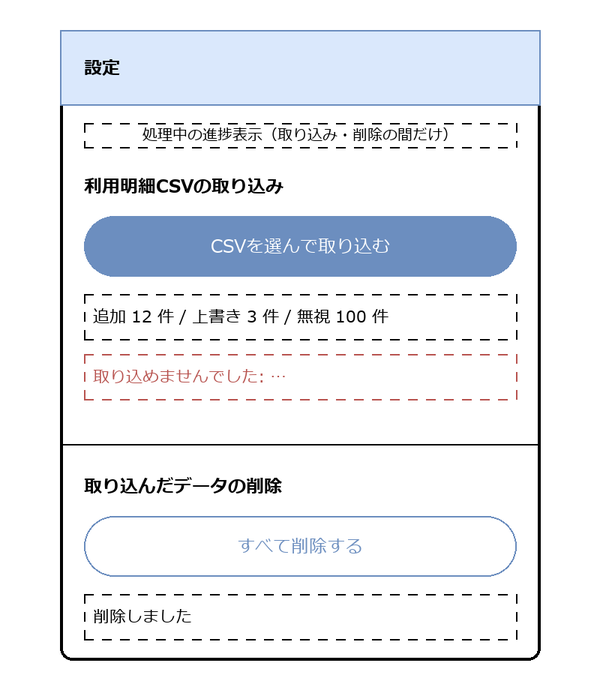
The draw.io diagram docs/systems/screens/images/SCR-001-settings.drawio.png in hnt1028/etc-meisai, before a commit. Source tidied: cells renumbered, new cells last; positions are measured from the earlier drawing's top-left corner, leaving out a move shared by most shapes.
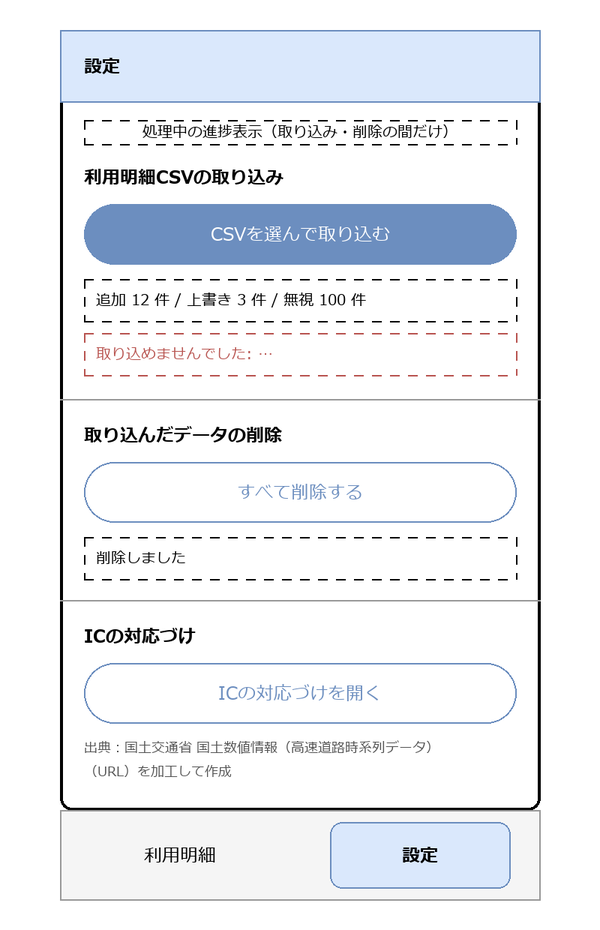
Later version of the same file.

What changed in the source:
```diff
@@ -2,41 +2,68 @@
   <root>
     <mxCell id="0" />
     <mxCell id="1" parent="0" />
-    <mxCell id="2" style="rounded=1;whiteSpace=wrap;html=1;arcSize=4;strokeWidth=2;" parent="1" vertex="1">
-      <mxGeometry width="320" height="420" as="geometry" />
-    </mxCell>
+    <mxCell id="13" style="rounded=1;whiteSpace=wrap;html=1;arcSize=3;strokeWidth=2;" parent="1" vertex="1">
+      <mxGeometry width="320" height="520" as="geometry" />
+    </mxCell>
     <mxCell id="3" value="設定" style="rounded=0;whiteSpace=wrap;html=1;align=left;spacingLeft=16;fontStyle=1;fillColor=#dae8fc;strokeColor=#6c8ebf;" parent="1" vertex="1">
-      <mxGeometry width="320" height="50" as="geometry" />
+      <mxGeometry width="320" height="48" as="geometry" />
     </mxCell>
     <mxCell id="4" value="処理中の進捗表示（取り込み・削除の間だけ）" style="rounded=0;whiteSpace=wrap;html=1;dashed=1;fontSize=10;fillColor=none;" parent="1" vertex="1">
-      <mxGeometry x="16" y="62" width="288" height="16" as="geometry" />
+      <mxGeometry x="16" y="60" width="288" height="16" as="geometry" />
     </mxCell>
     <mxCell id="5" value="利用明細CSVの取り込み" style="text;html=1;align=left;verticalAlign=middle;fontStyle=1;" parent="1" vertex="1">
-      <mxGeometry x="16" y="92" width="288" height="24" as="geometry" />
+      <mxGeometry x="16" y="86" width="288" height="24" as="geometry" />
     </mxCell>
     <mxCell id="6" value="CSVを選んで取り込む" style="rounded=1;whiteSpace=wrap;html=1;arcSize=50;fillColor=#6c8ebf;fontColor=#ffffff;strokeColor=#6c8ebf;" parent="1" vertex="1">
-      <mxGeometry x="16" y="124" width="288" height="40" as="geometry" />
+      <mxGeometry x="16" y="116" width="288" height="40" as="geometry" />
     </mxCell>
-    <mxCell id="7" value="追加 12 件 / 上書き 3 件 / 無視 100 件" style="rounded=0;whiteSpace=wrap;html=1;dashed=1;align=left;spacingLeft=6;fontSize=11;fillColor=none;" parent="1" vertex="1">
-      <mxGeometry x="16" y="176" width="288" height="30" as="geometry" />
+    <mxCell id="7" value="追加 12 件 / 上書き 3 件 / 無視 100 件" style="rounded=0;whiteSpace=wrap;html=1;align=left;spacingLeft=8;fontSize=10;fillColor=none;dashed=1;" parent="1" vertex="1">
+      <mxGeometry x="16" y="166" width="288" height="28" as="geometry" />
     </mxCell>
-    <mxCell id="8" value="取り込めませんでした: …" style="rounded=0;whiteSpace=wrap;html=1;dashed=1;align=left;spacingLeft=6;fontSize=11;fontColor=#b85450;strokeColor=#b85450;fillColor=none;" parent="1" vertex="1">
-      <mxGeometry x="16" y="216" width="288" height="30" as="geometry" />
+    <mxCell id="8" value="取り込めませんでした: …" style="rounded=0;whiteSpace=wrap;html=1;align=left;spacingLeft=8;fontSize=10;fillColor=none;dashed=1;fontColor=#b85450;strokeColor=#b85450;" parent="1" vertex="1">
+      <mxGeometry x="16" y="202" width="288" height="28" as="geometry" />
     </mxCell>
-    <mxCell id="9" style="endArrow=none;html=1;" parent="1" edge="1">
-      <mxGeometry relative="1" as="geometry">
-        <mxPoint y="276" as="sourcePoint" />
-        <mxPoint x="320" y="276" as="targetPoint" />
-      </mxGeometry>
-    </mxCell>
+    <mxCell id="14" style="endArrow=none;html=1;strokeColor=#999999;" parent="1" edge="1">
+      <mxGeometry relative="1" as="geometry">
+        <mxPoint y="246" as="sourcePoint" />
+        <mxPoint x="320" y="246" as="targetPoint" />
+      </mxGeometry>
+    </mxCell>
     <mxCell id="10" value="取り込んだデータの削除" style="text;html=1;align=left;verticalAlign=middle;fontStyle=1;" parent="1" vertex="1">
-      <mxGeometry x="16" y="292" width="288" height="24" as="geometry" />
+      <mxGeometry x="16" y="258" width="288" height="24" as="geometry" />
     </mxCell>
     <mxCell id="11" value="すべて削除する" style="rounded=1;whiteSpace=wrap;html=1;arcSize=50;fillColor=none;strokeColor=#6c8ebf;fontColor=#6c8ebf;" parent="1" vertex="1">
-      <mxGeometry x="16" y="324" width="288" height="40" as="geometry" />
+      <mxGeometry x="16" y="288" width="288" height="40" as="geometry" />
     </mxCell>
-    <mxCell id="12" value="削除しました" style="rounded=0;whiteSpace=wrap;html=1;dashed=1;align=left;spacingLeft=6;fontSize=11;fillColor=none;" parent="1" vertex="1">
-      <mxGeometry x="16" y="376" width="288" height="30" as="geometry" />
+    <mxCell id="12" value="削除しました" style="rounded=0;whiteSpace=wrap;html=1;align=left;spacingLeft=8;fontSize=10;fillColor=none;dashed=1;" parent="1" vertex="1">
+      <mxGeometry x="16" y="338" width="288" height="28" as="geometry" />
     </mxCell>
+    <mxCell id="15" style="endArrow=none;html=1;strokeColor=#999999;" parent="1" edge="1">
+      <mxGeometry relative="1" as="geometry">
+        <mxPoint y="380" as="sourcePoint" />
+        <mxPoint x="320" y="380" as="targetPoint" />
+      </mxGeometry>
+    </mxCell>
+    <mxCell id="16" value="ICの対応づけ" style="text;html=1;align=left;verticalAlign=middle;fontStyle=1;" parent="1" vertex="1">
+      <mxGeometry x="16" y="392" width="288" height="24" as="geometry" />
+    </mxCell>
+    <mxCell id="17" value="ICの対応づけを開く" style="rounded=1;whiteSpace=wrap;html=1;arcSize=50;fillColor=none;strokeColor=#6c8ebf;fontColor=#6c8ebf;" parent="1" vertex="1">
+      <mxGeometry x="16" y="422" width="288" height="40" as="geometry" />
+    </mxCell>
+    <mxCell id="18" value="出典：国土交通省 国土数値情報（高速道路時系列データ）" style="text;html=1;align=left;verticalAlign=middle;fontSize=9;fontColor=#555555;" parent="1" vertex="1">
+      <mxGeometry x="16" y="470" width="288" height="16" as="geometry" />
+    </mxCell>
+    <mxCell id="19" value="（URL）を加工して作成" style="text;html=1;align=left;verticalAlign=middle;fontSize=9;fontColor=#555555;" parent="1" vertex="1">
+      <mxGeometry x="16" y="486" width="288" height="16" as="geometry" />
+    </mxCell>
+    <mxCell id="20" style="rounded=0;whiteSpace=wrap;html=1;fillColor=#f5f5f5;strokeColor=#999999;" parent="1" vertex="1">
+      <mxGeometry y="520" width="320" height="60" as="geometry" />
+    </mxCell>
+    <mxCell id="21" value="利用明細" style="rounded=1;whiteSpace=wrap;html=1;arcSize=40;fillColor=none;strokeColor=#f5f5f5;" parent="1" vertex="1">
+      <mxGeometry x="20" y="528" width="120" height="44" as="geometry" />
+    </mxCell>
+    <mxCell id="22" value="設定" style="rounded=1;whiteSpace=wrap;html=1;arcSize=40;fillColor=#dae8fc;strokeColor=#6c8ebf;fontStyle=1;" parent="1" vertex="1">
+      <mxGeometry x="180" y="528" width="120" height="44" as="geometry" />
+    </mxCell>
   </root>
 </mxGraphModel>
```
